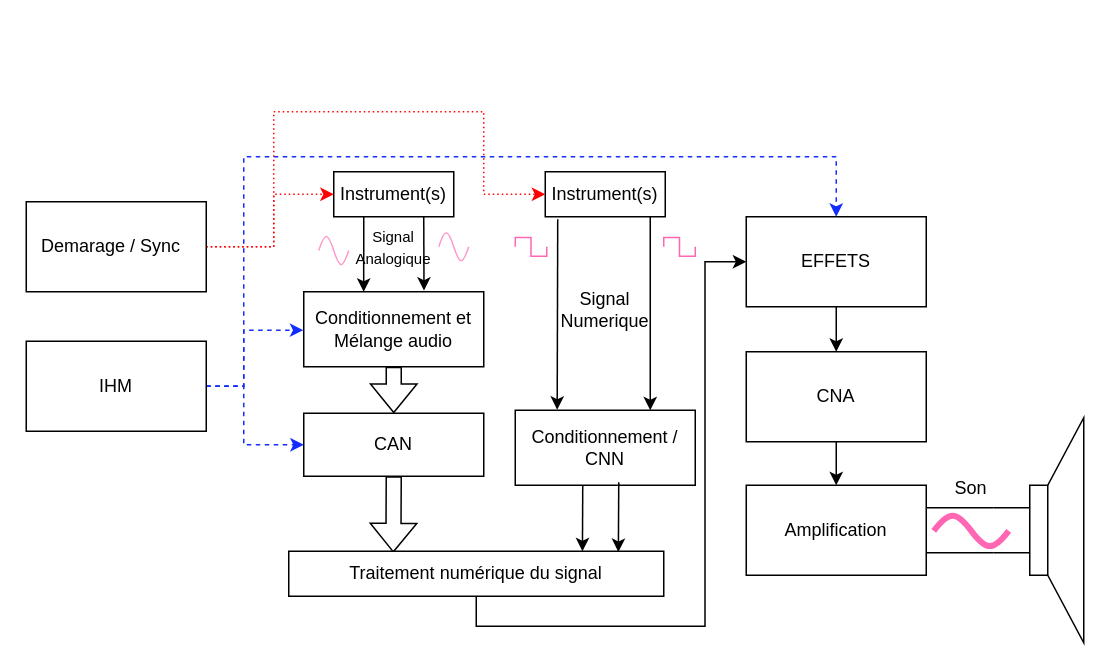
Above: SousSysteme_Entrees/Documentation/SCHEMAS/Block_Diagram_FR.drawio in A-s-a-d/Table-de-Mixage (draw.io), before the change. Source tidied: cells renumbered, new cells numbered last; positions are measured from the earlier drawing's top-left corner, leaving out a move shared by most shapes. Both pictures are drawn from the tidied source at 150%, with x=0, y=0 at pixel (26, 111).
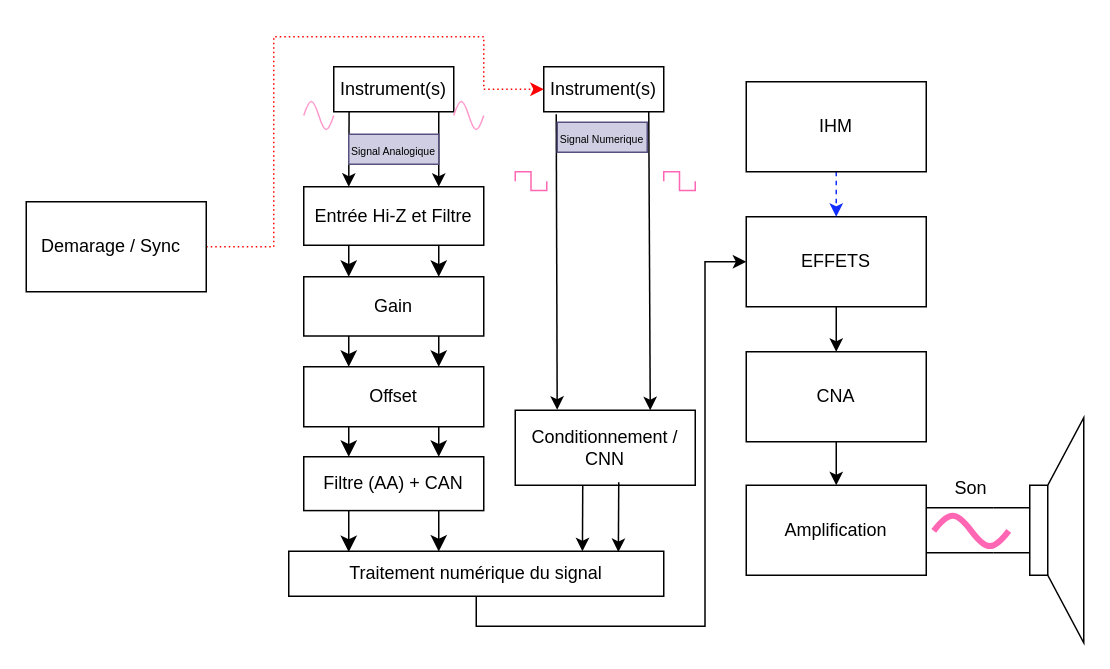
The same page after the edit.

The change refers to these unchanged cells:
```xml
<mxCell id="15" value="Traitement numérique du signal" style="rounded=0;whiteSpace=wrap;html=1;" parent="1" vertex="1">
  <mxGeometry x="175" y="293" width="250" height="30" as="geometry" />
</mxCell>
<mxCell id="17" value="EFFETS" style="rounded=0;whiteSpace=wrap;html=1;" parent="1" vertex="1">
  <mxGeometry x="480" y="70" width="120" height="60" as="geometry" />
</mxCell>
<mxCell id="24" value="Demarage / Sync &lt;span style=&quot;background-color: initial;&quot;&gt;&amp;nbsp;&lt;/span&gt;" style="rounded=0;whiteSpace=wrap;html=1;" parent="1" vertex="1">
  <mxGeometry y="60" width="120" height="60" as="geometry" />
</mxCell>
```

What changed in the source:
```diff
@@
-    <mxCell id="3" value="CAN" style="rounded=0;whiteSpace=wrap;html=1;" parent="1" vertex="1">
-      <mxGeometry x="185" y="201" width="120" height="42" as="geometry" />
+    <mxCell id="3" value="Filtre (AA) + CAN" style="rounded=0;whiteSpace=wrap;html=1;" parent="1" vertex="1">
+      <mxGeometry x="185" y="230" width="120" height="35.9" as="geometry" />
     </mxCell>
-    <mxCell id="4" style="endArrow=classic;html=1;rounded=0;entryX=0.333;entryY=0;entryDx=0;entryDy=0;entryPerimeter=0;exitX=0.25;exitY=1;exitDx=0;exitDy=0;" parent="1" edge="1" source="11" target="7">
+    <mxCell id="4" style="endArrow=classic;html=1;rounded=0;entryX=0.25;entryY=0;entryDx=0;entryDy=0;exitX=0.128;exitY=0.97;exitDx=0;exitDy=0;exitPerimeter=0;" parent="1" edge="1" source="11" target="42">
       <mxGeometry relative="1" as="geometry" />
     </mxCell>
-    <mxCell id="5" value="&lt;font style=&quot;font-size: 10px;&quot;&gt;Signal Analogique&lt;/font&gt;" style="text;html=1;align=center;verticalAlign=middle;whiteSpace=wrap;rounded=0;" parent="1" vertex="1">
-      <mxGeometry x="215" y="75" width="60" height="30" as="geometry" />
-    </mxCell>
-    <mxCell id="6" style="shape=flexArrow;endArrow=classic;html=1;rounded=0;exitX=0.5;exitY=1;exitDx=0;exitDy=0;entryX=0.279;entryY=0.03;entryDx=0;entryDy=0;entryPerimeter=0;" parent="1" edge="1" source="3" target="15">
-      <mxGeometry relative="1" as="geometry" />
-    </mxCell>
-    <mxCell id="7" value="Conditionnement et Mélange audio" style="rounded=0;whiteSpace=wrap;html=1;" parent="1" vertex="1">
-      <mxGeometry x="185" y="120" width="120" height="50" as="geometry" />
-    </mxCell>
-    <mxCell id="8" style="shape=flexArrow;endArrow=classic;html=1;rounded=0;exitX=0.5;exitY=1;exitDx=0;exitDy=0;entryX=0.5;entryY=0;entryDx=0;entryDy=0;" parent="1" edge="1" source="7" target="3">
-      <mxGeometry relative="1" as="geometry" />
-    </mxCell>
@@
-    <mxCell id="10" value="Signal Numerique" style="text;html=1;align=center;verticalAlign=middle;whiteSpace=wrap;rounded=0;" parent="1" vertex="1">
-      <mxGeometry x="356" y="117" width="60" height="30" as="geometry" />
-    </mxCell>
     <mxCell id="11" value="Instrument(s)" style="rounded=0;whiteSpace=wrap;html=1;" parent="1" vertex="1">
-      <mxGeometry x="205" y="40" width="80" height="30" as="geometry" />
+      <mxGeometry x="205" y="-30" width="80" height="30" as="geometry" />
     </mxCell>
-    <mxCell id="12" style="endArrow=classic;html=1;rounded=0;exitX=0.75;exitY=1;exitDx=0;exitDy=0;entryX=0.668;entryY=-0.015;entryDx=0;entryDy=0;entryPerimeter=0;" parent="1" edge="1" source="11" target="7">
+    <mxCell id="12" style="endArrow=classic;html=1;rounded=0;exitX=0.875;exitY=0.996;exitDx=0;exitDy=0;entryX=0.75;entryY=0;entryDx=0;entryDy=0;exitPerimeter=0;" parent="1" edge="1" source="11" target="42">
       <mxGeometry relative="1" as="geometry" />
     </mxCell>
     <mxCell id="13" value="Instrument(s)" style="rounded=0;whiteSpace=wrap;html=1;" parent="1" vertex="1">
-      <mxGeometry x="346" y="40" width="80" height="30" as="geometry" />
+      <mxGeometry x="345" y="-30" width="80" height="30" as="geometry" />
     </mxCell>
@@
+    <mxCell id="5" value="&lt;font style=&quot;font-size: 7px;&quot;&gt;Signal Analogique&lt;/font&gt;" style="text;html=1;align=center;verticalAlign=middle;whiteSpace=wrap;rounded=0;fillColor=#d0cee2;strokeColor=#56517e;" parent="1" vertex="1">
+      <mxGeometry x="215" y="15" width="60" height="20" as="geometry" />
+    </mxCell>
@@
-    <mxCell id="18" style="edgeStyle=orthogonalEdgeStyle;rounded=0;jettySize=auto;html=1;exitX=1;exitY=0.5;exitDx=0;exitDy=0;dashed=1;entryX=-0.002;entryY=0.512;entryDx=0;entryDy=0;entryPerimeter=0;strokeColor=#122DFF;" parent="1" edge="1" source="21" target="7">
-      <mxGeometry relative="1" as="geometry">
-        <Array as="points">
-          <mxPoint x="145" y="183" />
-          <mxPoint x="145" y="146" />
-        </Array>
-      </mxGeometry>
-    </mxCell>
-    <mxCell id="19" style="edgeStyle=orthogonalEdgeStyle;rounded=0;jettySize=auto;html=1;exitX=1;exitY=0.5;exitDx=0;exitDy=0;entryX=0;entryY=0.5;entryDx=0;entryDy=0;dashed=1;strokeColor=#122DFF;" parent="1" edge="1" source="21" target="3">
-      <mxGeometry relative="1" as="geometry">
-        <Array as="points">
-          <mxPoint x="145" y="183" />
-          <mxPoint x="145" y="222" />
-        </Array>
-      </mxGeometry>
-    </mxCell>
-    <mxCell id="20" style="edgeStyle=orthogonalEdgeStyle;rounded=0;jettySize=auto;html=1;exitX=1;exitY=0.5;exitDx=0;exitDy=0;entryX=0.5;entryY=0;entryDx=0;entryDy=0;dashed=1;strokeColor=#122DFF;" parent="1" edge="1" source="21" target="17">
-      <mxGeometry relative="1" as="geometry">
-        <Array as="points">
-          <mxPoint x="145" y="183" />
-          <mxPoint x="145" y="30" />
-          <mxPoint x="540" y="30" />
-        </Array>
-      </mxGeometry>
+    <mxCell id="20" style="rounded=0;jettySize=auto;html=1;exitX=0.5;exitY=1;exitDx=0;exitDy=0;entryX=0.5;entryY=0;entryDx=0;entryDy=0;dashed=1;strokeColor=#122DFF;" parent="1" edge="1" source="21" target="17">
+      <mxGeometry relative="1" as="geometry" />
     </mxCell>
     <mxCell id="21" value="IHM" style="rounded=0;whiteSpace=wrap;html=1;" parent="1" vertex="1">
-      <mxGeometry y="153" width="120" height="60" as="geometry" />
+      <mxGeometry x="480" y="-20" width="120" height="60" as="geometry" />
     </mxCell>
-    <mxCell id="22" style="edgeStyle=orthogonalEdgeStyle;rounded=0;jettySize=auto;html=1;exitX=1;exitY=0.5;exitDx=0;exitDy=0;entryX=0;entryY=0.5;entryDx=0;entryDy=0;dashed=1;dashPattern=1 2;strokeColor=#FF0000;" parent="1" edge="1" source="24" target="11">
-      <mxGeometry relative="1" as="geometry">
-        <Array as="points">
-          <mxPoint x="165" y="90" />
-          <mxPoint x="165" y="55" />
-        </Array>
-      </mxGeometry>
-    </mxCell>
     <mxCell id="23" style="edgeStyle=orthogonalEdgeStyle;rounded=0;jettySize=auto;html=1;exitX=1;exitY=0.5;exitDx=0;exitDy=0;entryX=0;entryY=0.5;entryDx=0;entryDy=0;dashed=1;dashPattern=1 2;strokeColor=#FF0000;" parent="1" edge="1" source="24" target="13">
       <mxGeometry relative="1" as="geometry">
         <Array as="points">
           <mxPoint x="165" y="90" />
-          <mxPoint x="165" />
-          <mxPoint x="305" />
-          <mxPoint x="305" y="55" />
+          <mxPoint x="165" y="-50" />
+          <mxPoint x="305" y="-50" />
+          <mxPoint x="305" y="-15" />
         </Array>
       </mxGeometry>
     </mxCell>
@@
     <mxCell id="34" style="verticalLabelPosition=bottom;shadow=0;dashed=0;align=center;html=1;verticalAlign=top;shape=mxgraph.electrical.waveforms.sine_wave;strokeColor=#FF99CC;" parent="1" vertex="1">
-      <mxGeometry x="195" y="80" width="20" height="25" as="geometry" />
+      <mxGeometry x="185" y="-10" width="20" height="25" as="geometry" />
     </mxCell>
     <mxCell id="35" style="verticalLabelPosition=bottom;shadow=0;dashed=0;align=center;html=1;verticalAlign=top;shape=mxgraph.electrical.waveforms.square_wave;fillColor=#FF99CC;strokeColor=#FF66B3;" parent="1" vertex="1">
-      <mxGeometry x="326" y="83.8" width="21" height="12.5" as="geometry" />
+      <mxGeometry x="326" y="40" width="21" height="12.5" as="geometry" />
     </mxCell>
     <mxCell id="36" style="verticalLabelPosition=bottom;shadow=0;dashed=0;align=center;html=1;verticalAlign=top;shape=mxgraph.electrical.waveforms.square_wave;fillColor=#FF99CC;strokeColor=#FF66B3;" parent="1" vertex="1">
-      <mxGeometry x="425" y="83.8" width="21" height="12.5" as="geometry" />
+      <mxGeometry x="425" y="40" width="21" height="12.5" as="geometry" />
     </mxCell>
     <mxCell id="37" style="verticalLabelPosition=bottom;shadow=0;dashed=0;align=center;html=1;verticalAlign=top;shape=mxgraph.electrical.waveforms.sine_wave;strokeColor=#FF99CC;" parent="1" vertex="1">
-      <mxGeometry x="275" y="77.5" width="20" height="25" as="geometry" />
+      <mxGeometry x="285" y="-10" width="20" height="25" as="geometry" />
     </mxCell>
@@
+    <mxCell id="40" style="edgeStyle=none;curved=1;rounded=0;jettySize=auto;html=1;exitX=0.25;exitY=1;exitDx=0;exitDy=0;entryX=0.25;entryY=0;entryDx=0;entryDy=0;fontSize=12;startSize=8;endSize=8;" parent="1" edge="1" source="42" target="45">
+      <mxGeometry relative="1" as="geometry" />
+    </mxCell>
+    <mxCell id="41" style="edgeStyle=none;curved=1;rounded=0;jettySize=auto;html=1;exitX=0.75;exitY=1;exitDx=0;exitDy=0;entryX=0.75;entryY=0;entryDx=0;entryDy=0;fontSize=12;startSize=8;endSize=8;" parent="1" edge="1" source="42" target="45">
+      <mxGeometry relative="1" as="geometry" />
+    </mxCell>
+    <mxCell id="42" value="Entrée Hi-Z et Filtre" style="rounded=0;whiteSpace=wrap;html=1;" parent="1" vertex="1">
+      <mxGeometry x="185" y="50" width="120" height="39" as="geometry" />
+    </mxCell>
+    <mxCell id="10" value="&lt;font style=&quot;font-size: 7px;&quot;&gt;Signal Numerique&lt;/font&gt;" style="text;html=1;align=center;verticalAlign=middle;whiteSpace=wrap;rounded=0;fillColor=#d0cee2;strokeColor=#56517e;" parent="1" vertex="1">
+      <mxGeometry x="354" y="7" width="60" height="20" as="geometry" />
+    </mxCell>
+    <mxCell id="43" style="edgeStyle=none;curved=1;rounded=0;jettySize=auto;html=1;exitX=0.25;exitY=1;exitDx=0;exitDy=0;entryX=0.25;entryY=0;entryDx=0;entryDy=0;fontSize=12;startSize=8;endSize=8;" parent="1" edge="1" source="45" target="48">
+      <mxGeometry relative="1" as="geometry" />
+    </mxCell>
+    <mxCell id="44" style="edgeStyle=none;curved=1;rounded=0;jettySize=auto;html=1;exitX=0.75;exitY=1;exitDx=0;exitDy=0;entryX=0.75;entryY=0;entryDx=0;entryDy=0;fontSize=12;startSize=8;endSize=8;" parent="1" edge="1" source="45" target="48">
+      <mxGeometry relative="1" as="geometry" />
+    </mxCell>
+    <mxCell id="45" value="Gain" style="rounded=0;whiteSpace=wrap;html=1;" parent="1" vertex="1">
+      <mxGeometry x="185" y="110" width="120" height="39.5" as="geometry" />
+    </mxCell>
+    <mxCell id="46" style="edgeStyle=none;curved=1;rounded=0;jettySize=auto;html=1;exitX=0.25;exitY=1;exitDx=0;exitDy=0;entryX=0.25;entryY=0;entryDx=0;entryDy=0;fontSize=12;startSize=8;endSize=8;" parent="1" edge="1" source="48" target="3">
+      <mxGeometry relative="1" as="geometry" />
+    </mxCell>
+    <mxCell id="47" style="edgeStyle=none;curved=1;rounded=0;jettySize=auto;html=1;exitX=0.75;exitY=1;exitDx=0;exitDy=0;entryX=0.75;entryY=0;entryDx=0;entryDy=0;fontSize=12;startSize=8;endSize=8;" parent="1" edge="1" source="48" target="3">
+      <mxGeometry relative="1" as="geometry" />
+    </mxCell>
+    <mxCell id="48" value="Offset" style="rounded=0;whiteSpace=wrap;html=1;" parent="1" vertex="1">
+      <mxGeometry x="185" y="170" width="120" height="40" as="geometry" />
+    </mxCell>
+    <mxCell id="49" style="edgeStyle=none;curved=1;rounded=0;jettySize=auto;html=1;exitX=0.25;exitY=1;exitDx=0;exitDy=0;entryX=0.16;entryY=0.018;entryDx=0;entryDy=0;entryPerimeter=0;fontSize=12;startSize=8;endSize=8;" parent="1" edge="1" source="3" target="15">
+      <mxGeometry relative="1" as="geometry" />
+    </mxCell>
+    <mxCell id="50" style="edgeStyle=none;curved=1;rounded=0;jettySize=auto;html=1;exitX=0.75;exitY=1;exitDx=0;exitDy=0;entryX=0.4;entryY=0.006;entryDx=0;entryDy=0;entryPerimeter=0;fontSize=12;startSize=8;endSize=8;" parent="1" edge="1" source="3" target="15">
+      <mxGeometry relative="1" as="geometry" />
+    </mxCell>
```
